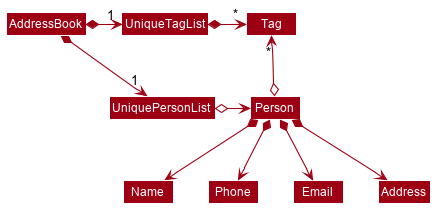
Earlier version of the PlantUML export docs/images/BetterModelClassDiagram.png (nus-cs2103-AY2021S2/tp).
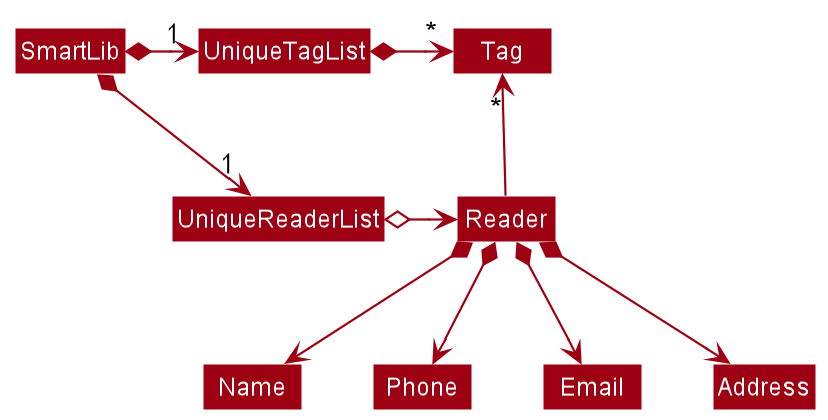
After the commit.

Diff of the diagram source:
```diff
@@ -1,68 +1,21 @@
 @startuml
+!include style.puml
+skinparam arrowThickness 1.1
+skinparam arrowColor MODEL_COLOR
+skinparam classBackgroundColor MODEL_COLOR
 
-
-
-
-
-
-
-
-skinparam BackgroundColor #FFFFFFF
-
-skinparam Shadowing false
-
-skinparam Class {
-    FontColor #FFFFFF
-    BorderThickness 1
-    BorderColor #FFFFFF
-    StereotypeFontColor #FFFFFF
-    FontName Arial
-}
-
-skinparam Actor {
-    BorderColor #000000
-    Color #000000
-    FontName Arial
-}
-
-skinparam Sequence {
-    MessageAlign center
-    BoxFontSize 15
-    BoxPadding 0
-    BoxFontColor #FFFFFF
-    FontName Arial
-}
-
-skinparam Participant {
-    FontColor #FFFFFFF
-    Padding 20
-}
-
-skinparam MinClassWidth 50
-skinparam ParticipantPadding 10
-skinparam Shadowing false
-skinparam DefaultTextAlignment center
-skinparam packageStyle Rectangle
-
-hide footbox
-hide members
-hide circle
-skinparam arrowThickness 1.1
-skinparam arrowColor #9D0012
-skinparam classBackgroundColor #9D0012
-
-AddressBook *-right-> "1" UniquePersonList
-AddressBook *-right-> "1" UniqueTagList
-UniqueTagList -[hidden]down- UniquePersonList
-UniqueTagList -[hidden]down- UniquePersonList
+SmartLib *-right-> "1" UniqueReaderList
+SmartLib *-right-> "1" UniqueTagList
+UniqueTagList -[hidden]down- UniqueReaderList
+UniqueTagList -[hidden]down- UniqueReaderList
 
 UniqueTagList *-right-> "*" Tag
-UniquePersonList o-right-> Person
+UniqueReaderList o-right-> Reader
 
-Person o-up-> "*" Tag
+Reader -up-> "*" Tag
 
-Person *--> Name
-Person *--> Phone
-Person *--> Email
-Person *--> Address
+Reader *--> Name
+Reader *--> Phone
+Reader *--> Email
+Reader *--> Address
 @enduml
```
